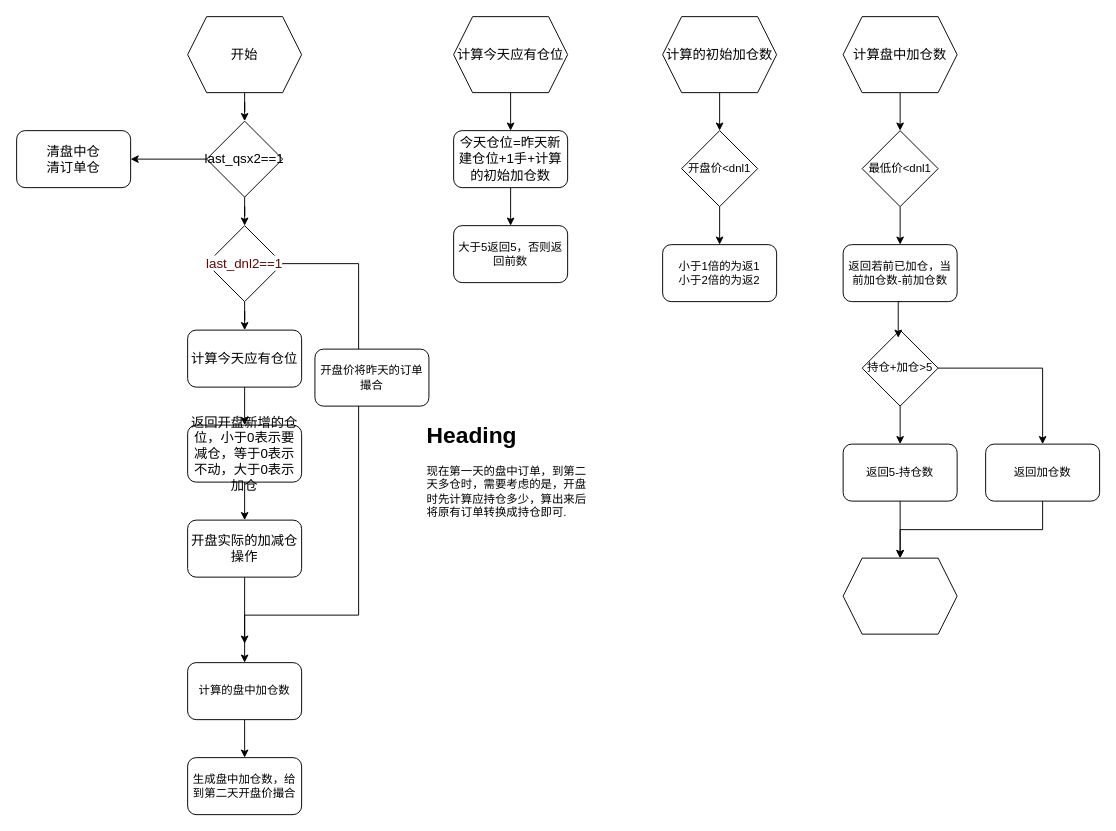
This is page "逻辑" (5 of 5) of doc/流程图.drawio from luhouxiang/spqh, a draw.io file, before an edit. Source tidied: cells renumbered, new cells numbered last; positions are measured from the earlier drawing's top-left corner, leaving out a move shared by most shapes. Both pictures are drawn from the tidied source at 95%, with x=0, y=0 at pixel (16, 16).
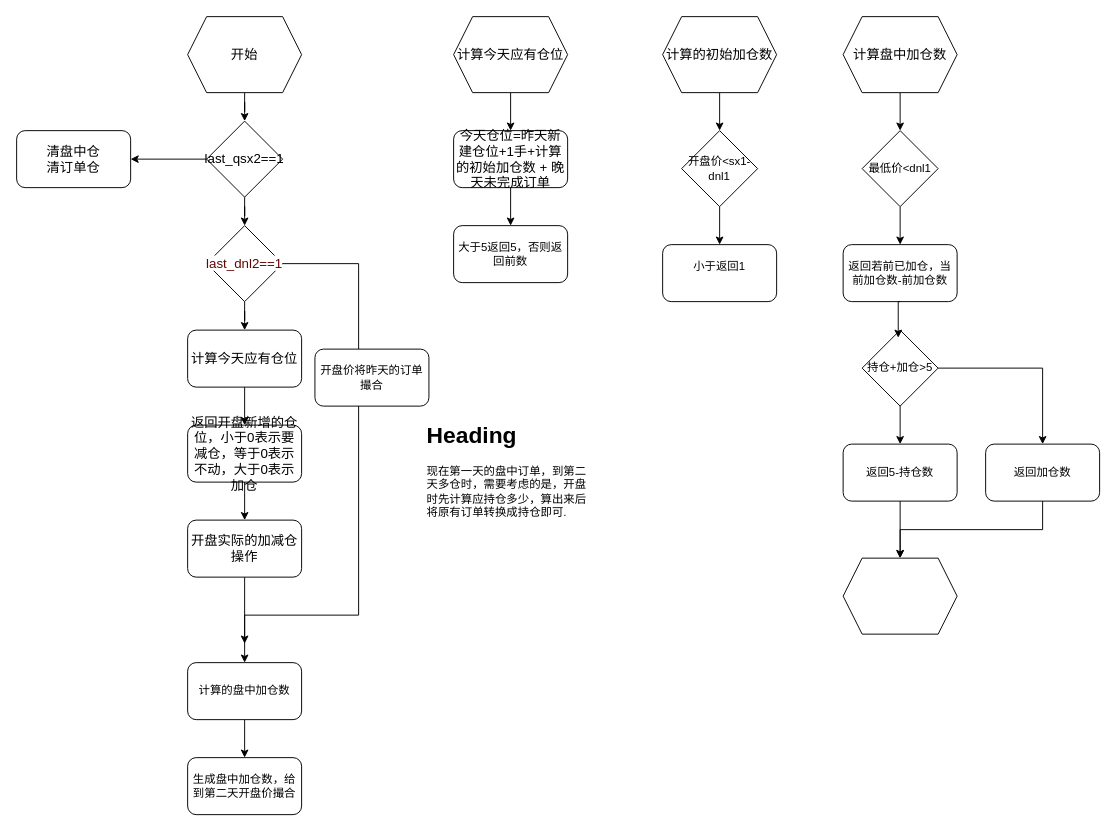
The same diagram, later.

What changed in the source:
```diff
@@
-    <mxCell id="11" value="今天仓位=昨天新建仓位+1手+计算的初始加仓数" style="rounded=1;whiteSpace=wrap;html=1;fontSize=14;" parent="1" vertex="1">
+    <mxCell id="11" value="今天仓位=昨天新建仓位+1手+计算的初始加仓数 +&amp;nbsp;晚天未完成订单" style="rounded=1;whiteSpace=wrap;html=1;fontSize=14;" parent="1" vertex="1">
       <mxGeometry x="460" y="120" width="120" height="60" as="geometry" />
     </mxCell>
@@
-    <mxCell id="26" value="开盘价&amp;lt;dnl1" style="rhombus;whiteSpace=wrap;html=1;" parent="1" vertex="1">
+    <mxCell id="26" value="开盘价&amp;lt;sx1-dnl1" style="rhombus;whiteSpace=wrap;html=1;" parent="1" vertex="1">
       <mxGeometry x="700" y="120" width="80" height="80" as="geometry" />
     </mxCell>
-    <mxCell id="27" value="小于1倍的为返1&lt;br&gt;小于2倍的为返2" style="rounded=1;whiteSpace=wrap;html=1;" parent="1" vertex="1">
+    <mxCell id="27" value="小于返回1&lt;div&gt;&lt;br/&gt;&lt;/div&gt;" style="rounded=1;whiteSpace=wrap;html=1;" parent="1" vertex="1">
       <mxGeometry x="680" y="240" width="120" height="60" as="geometry" />
     </mxCell>
```
